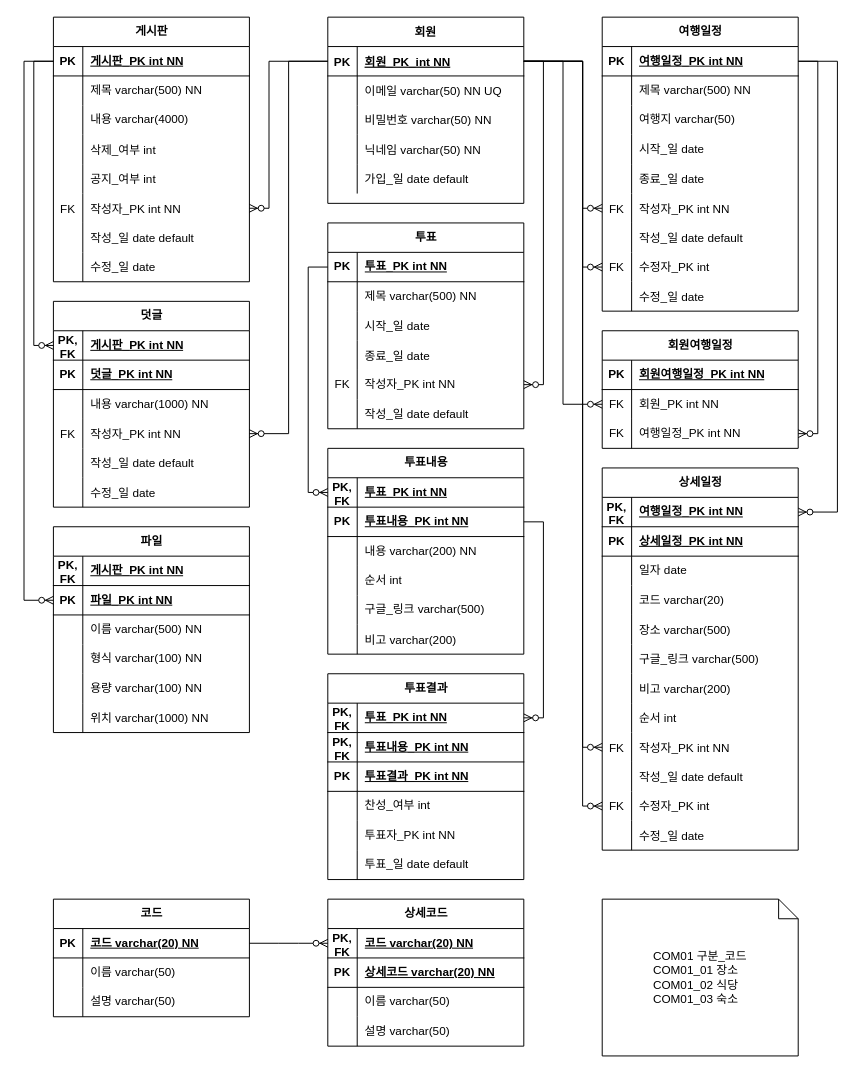
Before: erd/itinerary_erd_logical.drawio in Hevrica/itinerary_be, a draw.io diagram. Source tidied: cells renumbered, new cells numbered last; positions are measured from the earlier drawing's top-left corner, leaving out a move shared by most shapes. Both pictures are drawn from the tidied source at 98%, with x=0, y=0 at pixel (24, 17).
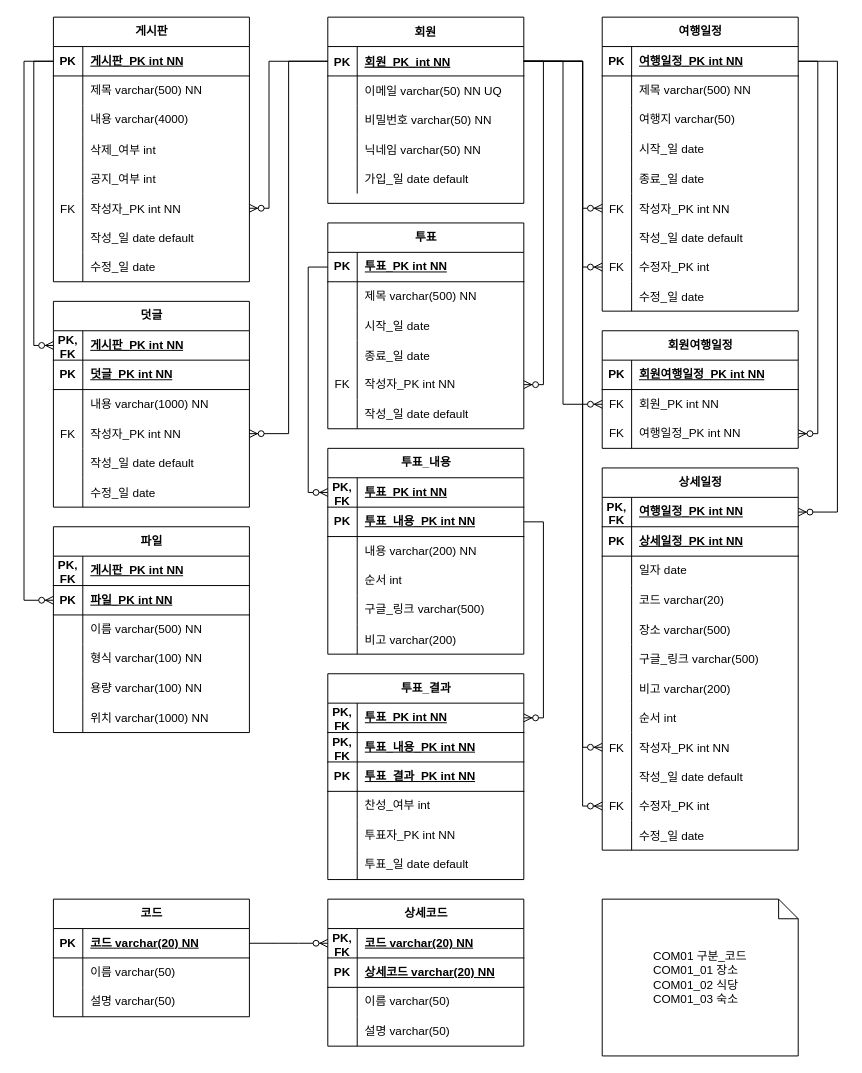
After the change.

Commit message:
logical erd 논리명 수정

The change refers to these unchanged cells:
```xml
<mxCell id="184" style="shape=tableRow;horizontal=0;startSize=0;swimlaneHead=0;swimlaneBody=0;fillColor=none;points=[[0,0.5],[1,0.5]];portConstraint=eastwest;top=0;left=0;right=0;bottom=1;" parent="180" vertex="1">
  <mxGeometry y="60" width="200" height="30" as="geometry" />
</mxCell>
<mxCell id="203" style="shape=tableRow;horizontal=0;startSize=0;swimlaneHead=0;swimlaneBody=0;fillColor=none;top=0;left=0;right=0;bottom=1;" parent="199" vertex="1">
  <mxGeometry y="60" width="200" height="30" as="geometry" />
</mxCell>
<mxCell id="206" style="shape=tableRow;horizontal=0;startSize=0;swimlaneHead=0;swimlaneBody=0;fillColor=none;top=0;left=0;right=0;bottom=1;" parent="199" vertex="1">
  <mxGeometry y="90" width="200" height="30" as="geometry" />
</mxCell>
```

The edit, as a diff of the source:
```diff
@@
-    <mxCell id="180" value="투표내용" style="shape=table;startSize=30;childLayout=tableLayout;rowLines=0;fontStyle=1;align=center;html=1;" parent="1" vertex="1">
+    <mxCell id="180" value="투표_내용" style="shape=table;startSize=30;childLayout=tableLayout;rowLines=0;fontStyle=1;align=center;html=1;" parent="1" vertex="1">
       <mxGeometry x="310" y="440" width="200" height="210" as="geometry" />
     </mxCell>
@@
-    <mxCell id="186" value="투표내용_PK int NN" style="shape=partialRectangle;fillColor=none;top=0;left=0;bottom=0;right=0;align=left;spacingLeft=6;fontStyle=5;overflow=hidden;whiteSpace=wrap;html=1;" parent="184" vertex="1">
+    <mxCell id="186" value="투표_내용_PK int NN" style="shape=partialRectangle;fillColor=none;top=0;left=0;bottom=0;right=0;align=left;spacingLeft=6;fontStyle=5;overflow=hidden;whiteSpace=wrap;html=1;" parent="184" vertex="1">
       <mxGeometry x="30" width="170" height="30" as="geometry" />
     </mxCell>
@@
-    <mxCell id="199" value="투표결과" style="shape=table;startSize=30;childLayout=tableLayout;rowLines=0;fontStyle=1;align=center;html=1;" parent="1" vertex="1">
+    <mxCell id="199" value="투표_결과" style="shape=table;startSize=30;childLayout=tableLayout;rowLines=0;fontStyle=1;align=center;html=1;" parent="1" vertex="1">
       <mxGeometry x="310" y="670" width="200" height="210" as="geometry" />
     </mxCell>
@@
-    <mxCell id="205" value="투표내용_PK int NN" style="shape=partialRectangle;fillColor=none;top=0;left=0;bottom=0;right=0;align=left;spacingLeft=6;fontStyle=5;overflow=hidden;whiteSpace=wrap;html=1;" parent="203" vertex="1">
+    <mxCell id="205" value="투표_내용_PK int NN" style="shape=partialRectangle;fillColor=none;top=0;left=0;bottom=0;right=0;align=left;spacingLeft=6;fontStyle=5;overflow=hidden;whiteSpace=wrap;html=1;" parent="203" vertex="1">
       <mxGeometry x="30" width="170" height="30" as="geometry" />
     </mxCell>
@@
-    <mxCell id="208" value="투표결과_PK int NN" style="shape=partialRectangle;fillColor=none;top=0;left=0;bottom=0;right=0;align=left;spacingLeft=6;fontStyle=5;overflow=hidden;whiteSpace=wrap;html=1;" parent="206" vertex="1">
+    <mxCell id="208" value="투표_결과_PK int NN" style="shape=partialRectangle;fillColor=none;top=0;left=0;bottom=0;right=0;align=left;spacingLeft=6;fontStyle=5;overflow=hidden;whiteSpace=wrap;html=1;" parent="206" vertex="1">
       <mxGeometry x="30" width="170" height="30" as="geometry" />
     </mxCell>
```
